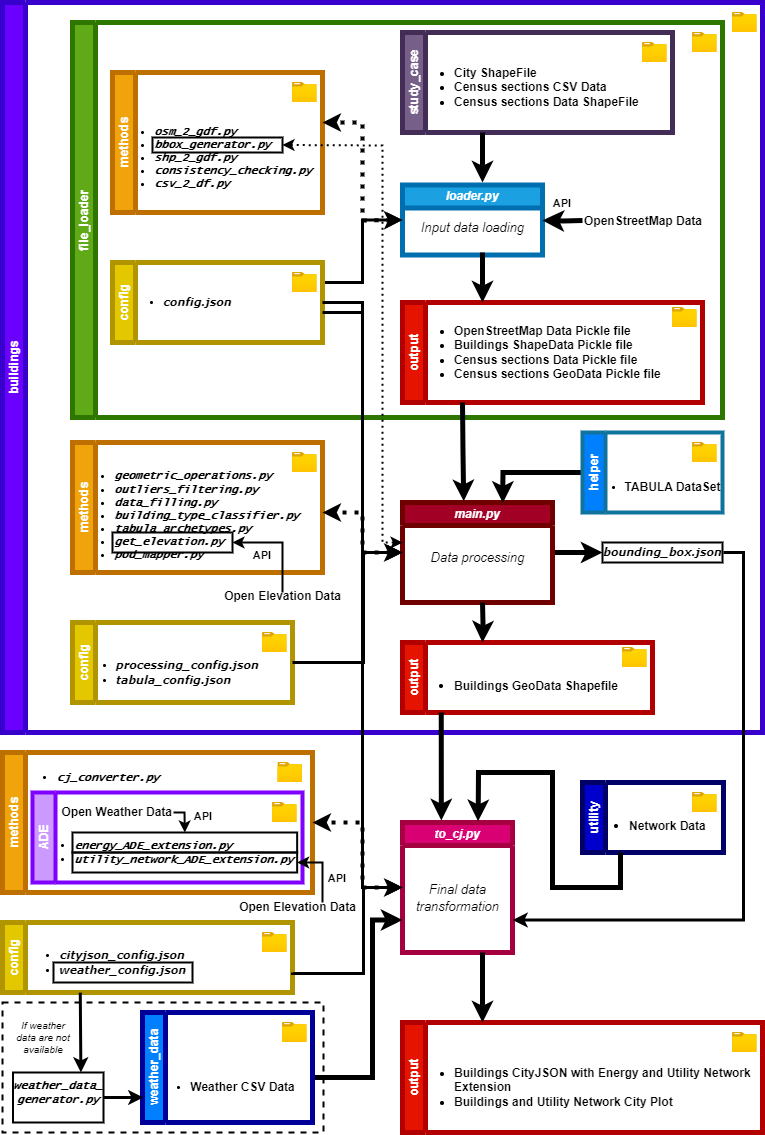
Before: pipeline_diagram.png, a diagram exported from draw.io (ElTure97/A-standardised-GIS-based-tool-to-automate-urban-scenario-making). Source tidied: cells renumbered, new cells last; positions are measured from the earlier drawing's top-left corner, leaving out a move shared by most shapes.
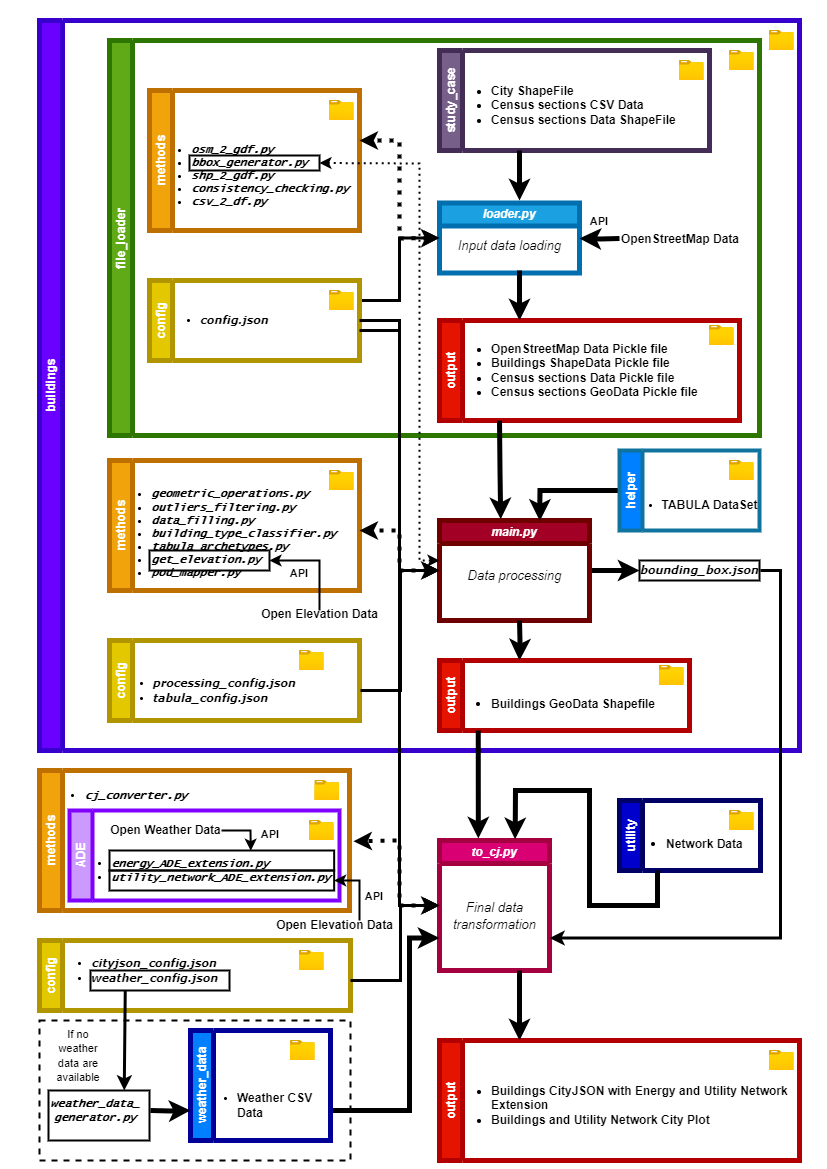
The same file after the commit.

Change to the diagram source:
```diff
@@ -109,7 +109,7 @@
       <mxGeometry x="160" y="102" width="60" height="22.5" as="geometry" />
     </mxCell>
     <mxCell id="34" value="&lt;font color=&quot;#ffffff&quot;&gt;config&lt;/font&gt;" style="swimlane;horizontal=0;whiteSpace=wrap;html=1;fillColor=#e3c800;strokeColor=#B09500;fontColor=#000000;strokeWidth=5;startSize=23;" parent="4" vertex="1">
-      <mxGeometry x="70" y="620" width="220" height="80" as="geometry" />
+      <mxGeometry x="70" y="620" width="250" height="80" as="geometry" />
     </mxCell>
     <mxCell id="35" style="image;html=1;align=center;fontSize=12;image=img/lib/azure2/general/Folder_Blank.svg;" parent="34" vertex="1">
       <mxGeometry x="190" y="10" width="24.6" height="20" as="geometry" />
@@ -163,10 +163,9 @@
     </mxCell>
     <mxCell id="45" style="edgeStyle=orthogonalEdgeStyle;rounded=0;jettySize=auto;html=1;strokeWidth=3;entryX=0;entryY=0.5;entryDx=0;entryDy=0;" parent="4" edge="1" target="6">
       <mxGeometry relative="1" as="geometry">
-        <mxPoint x="290" y="660" as="sourcePoint" />
+        <mxPoint x="321" y="670" as="sourcePoint" />
         <Array as="points">
-          <mxPoint x="290" y="660" />
-          <mxPoint x="361" y="660" />
+          <mxPoint x="361" y="670" />
           <mxPoint x="361" y="550" />
         </Array>
       </mxGeometry>
@@ -210,33 +209,26 @@
     <mxCell id="58" style="rounded=0;whiteSpace=wrap;html=1;fillColor=none;strokeWidth=2;" parent="54" vertex="1">
       <mxGeometry x="40" y="40" width="224.7" height="20" as="geometry" />
     </mxCell>
-    <mxCell id="59" value="&lt;font size=&quot;1&quot;&gt;&lt;b style=&quot;font-size: 12px;&quot;&gt;Open Weather Data&lt;/b&gt;&lt;/font&gt;" style="text;html=1;align=right;verticalAlign=middle;points=[];strokeColor=none;fillColor=none;" parent="54" vertex="1">
-      <mxGeometry x="11" y="5" width="130" height="30" as="geometry" />
+    <mxCell id="59" value="&lt;font size=&quot;1&quot;&gt;&lt;b style=&quot;font-size: 12px;&quot;&gt;Open Weather Data&lt;/b&gt;&lt;/font&gt;" style="text;html=1;align=center;verticalAlign=middle;points=[];strokeColor=none;fillColor=none;" parent="54" vertex="1">
+      <mxGeometry x="31" y="5" width="130" height="30" as="geometry" />
     </mxCell>
     <mxCell id="60" value="&lt;b&gt;&lt;font style=&quot;font-size: 11px;&quot;&gt;API&lt;/font&gt;&lt;/b&gt;" style="text;html=1;strokeColor=none;fillColor=none;align=center;verticalAlign=middle;whiteSpace=wrap;rounded=0;" parent="54" vertex="1">
-      <mxGeometry x="141" y="17.5" width="60" height="12.5" as="geometry" />
+      <mxGeometry x="171" y="17.5" width="60" height="12.5" as="geometry" />
     </mxCell>
-    <mxCell id="61" style="endArrow=classic;html=1;rounded=0;entryX=0.5;entryY=0;entryDx=0;entryDy=0;strokeWidth=2;" parent="54" edge="1" source="59" target="58">
-      <mxGeometry relative="1" as="geometry">
-        <Array as="points">
-          <mxPoint x="152" y="20" />
-        </Array>
-      </mxGeometry>
-    </mxCell>
     <mxCell id="62" value="&lt;ul&gt;&lt;li&gt;cj_converter.py&lt;/li&gt;&lt;/ul&gt;" style="text;html=1;align=center;verticalAlign=middle;strokeColor=none;fillColor=none;fontStyle=3;fontFamily=Lucida Console;fontSize=11;" parent="52" vertex="1">
-      <mxGeometry width="170" height="50" as="geometry" />
+      <mxGeometry x="-9" width="170" height="50" as="geometry" />
     </mxCell>
     <mxCell id="63" value="&lt;font color=&quot;#ffffff&quot;&gt;config&lt;/font&gt;" style="swimlane;horizontal=0;whiteSpace=wrap;html=1;fillColor=#e3c800;strokeColor=#B09500;fontColor=#000000;strokeWidth=5;" parent="1" vertex="1">
-      <mxGeometry y="920" width="290" height="70" as="geometry" />
+      <mxGeometry y="920" width="311" height="70" as="geometry" />
     </mxCell>
     <mxCell id="64" style="image;html=1;align=center;fontSize=12;image=img/lib/azure2/general/Folder_Blank.svg;" parent="63" vertex="1">
       <mxGeometry x="260" y="10" width="24.6" height="20" as="geometry" />
     </mxCell>
     <mxCell id="65" value="&lt;ul&gt;&lt;li&gt;&lt;font face=&quot;Verdana&quot; style=&quot;font-size: 11px;&quot;&gt;cityjson_config.json&lt;/font&gt;&lt;/li&gt;&lt;li style=&quot;text-align: left;&quot;&gt;&lt;font face=&quot;Verdana&quot; style=&quot;font-size: 11px;&quot;&gt;weather_config.json&lt;/font&gt;&lt;/li&gt;&lt;/ul&gt;" style="text;html=1;align=center;verticalAlign=middle;points=[];strokeColor=none;fillColor=none;fontStyle=3;fontFamily=Lucida Console;fontSize=11;" parent="63" vertex="1">
-      <mxGeometry x="5" y="10" width="190" height="60" as="geometry" />
+      <mxGeometry width="190" height="60" as="geometry" />
     </mxCell>
     <mxCell id="66" style="rounded=0;whiteSpace=wrap;html=1;fillColor=none;strokeWidth=2;" parent="63" vertex="1">
-      <mxGeometry x="51" y="40" width="139" height="20" as="geometry" />
+      <mxGeometry x="51" y="30" width="139" height="20" as="geometry" />
     </mxCell>
     <mxCell id="67" style="edgeStyle=orthogonalEdgeStyle;rounded=0;orthogonalLoop=1;jettySize=auto;html=1;strokeWidth=5;" parent="1" edge="1">
       <mxGeometry relative="1" as="geometry">
@@ -260,7 +252,7 @@
       </mxGeometry>
     </mxCell>
     <mxCell id="71" value="output" style="swimlane;horizontal=0;whiteSpace=wrap;html=1;fillColor=#e51400;fontColor=#ffffff;strokeColor=#B20000;strokeWidth=5;" parent="1" vertex="1">
-      <mxGeometry x="400" y="1020" width="360" height="110" as="geometry" />
+      <mxGeometry x="400" y="1020" width="360" height="120" as="geometry" />
     </mxCell>
     <mxCell id="72" value="&lt;ul style=&quot;font-size: 12px;&quot;&gt;&lt;li style=&quot;&quot;&gt;&lt;font style=&quot;font-size: 12px;&quot;&gt;Buildings CityJSON with Energy and Utility Network Extension&amp;nbsp;&lt;/font&gt;&lt;/li&gt;&lt;li style=&quot;&quot;&gt;&lt;font style=&quot;font-size: 12px;&quot;&gt;Buildings and Utility Network City Plot&lt;/font&gt;&lt;/li&gt;&lt;/ul&gt;" style="text;html=1;align=left;verticalAlign=middle;whiteSpace=wrap;rounded=0;fontStyle=1;fontSize=14;" parent="71" vertex="1">
       <mxGeometry x="10" y="30" width="350" height="70" as="geometry" />
@@ -284,16 +276,16 @@
     </mxCell>
     <mxCell id="76" style="edgeStyle=orthogonalEdgeStyle;rounded=0;orthogonalLoop=1;jettySize=auto;html=1;strokeWidth=3;entryX=0;entryY=0.5;entryDx=0;entryDy=0;" parent="1" edge="1">
       <mxGeometry relative="1" as="geometry">
-        <mxPoint x="290" y="970" as="sourcePoint" />
+        <mxPoint x="311" y="960" as="sourcePoint" />
         <mxPoint x="400" y="885" as="targetPoint" />
         <Array as="points">
-          <mxPoint x="290" y="971" />
-          <mxPoint x="361" y="971" />
+          <mxPoint x="311" y="960" />
+          <mxPoint x="361" y="960" />
           <mxPoint x="361" y="885" />
         </Array>
       </mxGeometry>
     </mxCell>
-    <mxCell id="77" style="endArrow=classic;startArrow=classic;html=1;rounded=0;strokeWidth=4;dashed=1;dashPattern=1 2;exitX=0;exitY=0.5;exitDx=0;exitDy=0;entryX=1;entryY=0.5;entryDx=0;entryDy=0;" parent="1" edge="1" source="2" target="52">
+    <mxCell id="77" style="endArrow=classic;startArrow=classic;html=1;rounded=0;strokeWidth=4;dashed=1;dashPattern=1 2;exitX=0;exitY=0.5;exitDx=0;exitDy=0;entryX=1.014;entryY=0.013;entryDx=0;entryDy=0;entryPerimeter=0;" parent="1" edge="1" source="2" target="56">
       <mxGeometry relative="1" as="geometry">
         <Array as="points">
           <mxPoint x="360" y="885" />
@@ -337,34 +329,39 @@
     <mxCell id="83" value="&lt;font size=&quot;1&quot;&gt;&lt;b style=&quot;font-size: 12px;&quot;&gt;Open Elevation Data&lt;/b&gt;&lt;/font&gt;" style="text;html=1;align=center;verticalAlign=middle;strokeColor=none;fillColor=none;" parent="1" vertex="1">
       <mxGeometry x="225" y="890" width="140" height="30" as="geometry" />
     </mxCell>
-    <mxCell id="84" style="edgeStyle=orthogonalEdgeStyle;rounded=0;jettySize=auto;html=1;exitX=1;exitY=0.5;exitDx=0;exitDy=0;entryX=0;entryY=0.75;entryDx=0;entryDy=0;strokeWidth=5;" parent="1" edge="1" source="85" target="2">
+    <mxCell id="84" style="edgeStyle=orthogonalEdgeStyle;rounded=0;jettySize=auto;html=1;entryX=0;entryY=0.75;entryDx=0;entryDy=0;strokeWidth=5;" parent="1" edge="1" target="2">
       <mxGeometry relative="1" as="geometry">
+        <mxPoint x="291" y="1090" as="sourcePoint" />
         <Array as="points">
-          <mxPoint x="370" y="1075" />
+          <mxPoint x="291" y="1090" />
+          <mxPoint x="370" y="1090" />
           <mxPoint x="370" y="918" />
         </Array>
       </mxGeometry>
     </mxCell>
     <mxCell id="85" value="weather_data" style="swimlane;horizontal=0;whiteSpace=wrap;html=1;align=center;fillColor=#007FFF;fontColor=#FFFFFF;strokeWidth=5;strokeColor=#000099;" parent="1" vertex="1">
-      <mxGeometry x="140" y="1010" width="170" height="110" as="geometry" />
+      <mxGeometry x="151" y="1010" width="140" height="110" as="geometry" />
     </mxCell>
-    <mxCell id="86" value="&lt;ul&gt;&lt;li&gt;&lt;span style=&quot;font-style: normal;&quot;&gt;&lt;font style=&quot;font-size: 12px;&quot; face=&quot;Helvetica&quot;&gt;Weather CSV Data&lt;/font&gt;&lt;/span&gt;&lt;/li&gt;&lt;/ul&gt;" style="text;html=1;align=center;verticalAlign=middle;points=[];strokeColor=none;fillColor=none;fontStyle=3;fontFamily=Lucida Console;fontSize=11;" parent="85" vertex="1">
-      <mxGeometry x="-5.3" y="50" width="170" height="50" as="geometry" />
+    <mxCell id="86" value="&lt;ul&gt;&lt;li&gt;&lt;span style=&quot;font-style: normal;&quot;&gt;&lt;font style=&quot;font-size: 12px;&quot; face=&quot;Helvetica&quot;&gt;Weather CSV &lt;br&gt;Data&lt;/font&gt;&lt;/span&gt;&lt;/li&gt;&lt;/ul&gt;" style="text;html=1;align=left;verticalAlign=middle;points=[];strokeColor=none;fillColor=none;fontStyle=3;fontFamily=Lucida Console;fontSize=11;" parent="85" vertex="1">
+      <mxGeometry x="5" y="40" width="140" height="70" as="geometry" />
     </mxCell>
     <mxCell id="87" style="image;html=1;align=center;fontSize=12;image=img/lib/azure2/general/Folder_Blank.svg;" parent="85" vertex="1">
-      <mxGeometry x="140" y="10" width="24.6" height="20" as="geometry" />
+      <mxGeometry x="100" y="10" width="24.6" height="20" as="geometry" />
     </mxCell>
+    <mxCell id="99" style="edgeStyle=orthogonalEdgeStyle;rounded=0;orthogonalLoop=1;jettySize=auto;html=1;strokeWidth=5;" parent="1" edge="1">
+      <mxGeometry relative="1" as="geometry">
+        <mxPoint x="111" y="1090" as="sourcePoint" />
+        <mxPoint x="151" y="1090" as="targetPoint" />
+      </mxGeometry>
+    </mxCell>
     <mxCell id="88" value="weather_data_&lt;br&gt;generator.py" style="text;html=1;align=center;verticalAlign=middle;strokeColor=none;fillColor=none;fontStyle=3;fontFamily=Lucida Console;fontSize=11;" parent="1" vertex="1">
       <mxGeometry y="1070" width="110" height="40" as="geometry" />
     </mxCell>
-    <mxCell id="89" style="endArrow=classic;html=1;rounded=0;strokeWidth=3;entryX=0.75;entryY=0;entryDx=0;entryDy=0;exitX=0.383;exitY=1.003;exitDx=0;exitDy=0;exitPerimeter=0;" parent="1" edge="1" source="65" target="91">
+    <mxCell id="89" style="endArrow=classic;html=1;rounded=0;strokeWidth=3;entryX=0.75;entryY=0;entryDx=0;entryDy=0;exitX=0.25;exitY=1;exitDx=0;exitDy=0;" parent="1" edge="1" source="66" target="91">
       <mxGeometry relative="1" as="geometry" />
     </mxCell>
-    <mxCell id="90" style="edgeStyle=orthogonalEdgeStyle;rounded=0;jettySize=auto;html=1;entryX=0.037;entryY=0.7;entryDx=0;entryDy=0;entryPerimeter=0;strokeWidth=3;" parent="1" edge="1" source="91" target="86">
-      <mxGeometry relative="1" as="geometry" />
-    </mxCell>
     <mxCell id="91" style="rounded=0;whiteSpace=wrap;html=1;fillColor=none;strokeWidth=2;" parent="1" vertex="1">
-      <mxGeometry x="10.5" y="1070" width="90.5" height="50" as="geometry" />
+      <mxGeometry x="9" y="1070" width="101" height="50" as="geometry" />
     </mxCell>
     <mxCell id="92" style="edgeStyle=orthogonalEdgeStyle;rounded=0;jettySize=auto;html=1;strokeWidth=3;entryX=1;entryY=0.75;entryDx=0;entryDy=0;" parent="1" edge="1" target="2">
       <mxGeometry relative="1" as="geometry">
@@ -395,11 +392,19 @@
         </Array>
       </mxGeometry>
     </mxCell>
-    <mxCell id="97" style="rounded=0;whiteSpace=wrap;html=1;fillColor=none;strokeWidth=2;dashed=1;" parent="1" vertex="1">
-      <mxGeometry y="1000" width="321" height="130" as="geometry" />
-    </mxCell>
-    <mxCell id="98" value="If weather data are not available" style="text;html=1;strokeColor=none;fillColor=none;align=center;verticalAlign=middle;whiteSpace=wrap;rounded=0;fontStyle=2;fontSize=10;" parent="1" vertex="1">
-      <mxGeometry x="10.5" y="1020" width="60" height="30" as="geometry" />
-    </mxCell>
+    <mxCell id="100" style="endArrow=classic;html=1;rounded=0;entryX=0.629;entryY=0.01;entryDx=0;entryDy=0;strokeWidth=2;entryPerimeter=0;" parent="1" edge="1" target="58">
+      <mxGeometry relative="1" as="geometry">
+        <mxPoint x="182" y="810" as="sourcePoint" />
+        <Array as="points">
+          <mxPoint x="211" y="810" />
+        </Array>
+      </mxGeometry>
+    </mxCell>
+    <mxCell id="101" style="rounded=0;whiteSpace=wrap;html=1;fillColor=none;strokeWidth=2;dashed=1;" parent="1" vertex="1">
+      <mxGeometry y="1000" width="311" height="140" as="geometry" />
+    </mxCell>
+    <mxCell id="102" value="&lt;font style=&quot;font-size: 11px;&quot;&gt;If no weather data are available&lt;/font&gt;" style="text;html=1;strokeColor=none;fillColor=none;align=center;verticalAlign=middle;whiteSpace=wrap;rounded=0;" parent="1" vertex="1">
+      <mxGeometry x="9" y="1020" width="60" height="30" as="geometry" />
+    </mxCell>
   </root>
 </mxGraphModel>
```
